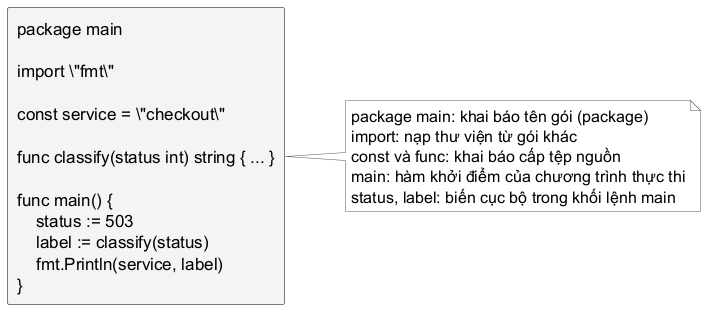
Before: assets/diagrams/go-source-anatomy.png, a diagram exported from PlantUML (Minhlike/Golang).
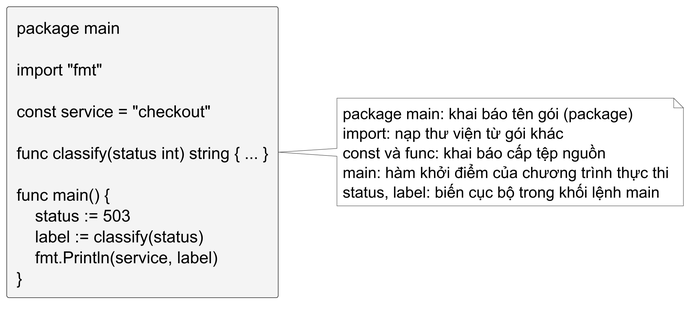
After the commit.

The edit, as a diff of the source:
```diff
@@ -1,4 +1,5 @@
 @startuml
+skinparamlocked dpi 300
 skinparam backgroundColor white
 skinparam shadowing false
 skinparam defaultFontName "JetBrains Mono"
@@ -20,7 +21,7 @@
 skinparam arrowColor #000000
 left to right direction
 
-rectangle "package main\n\nimport \"fmt\"\n\nconst service = \"checkout\"\n\nfunc classify(status int) string { ... }\n\nfunc main() {\n    status := 503\n    label := classify(status)\n    fmt.Println(service, label)\n}" as source
+rectangle "package main\n\nimport "fmt"\n\nconst service = "checkout"\n\nfunc classify(status int) string { ... }\n\nfunc main() {\n    status := 503\n    label := classify(status)\n    fmt.Println(service, label)\n}" as source
 note right of source
   package main: khai báo tên gói (package)
   import: nạp thư viện từ gói khác
```
